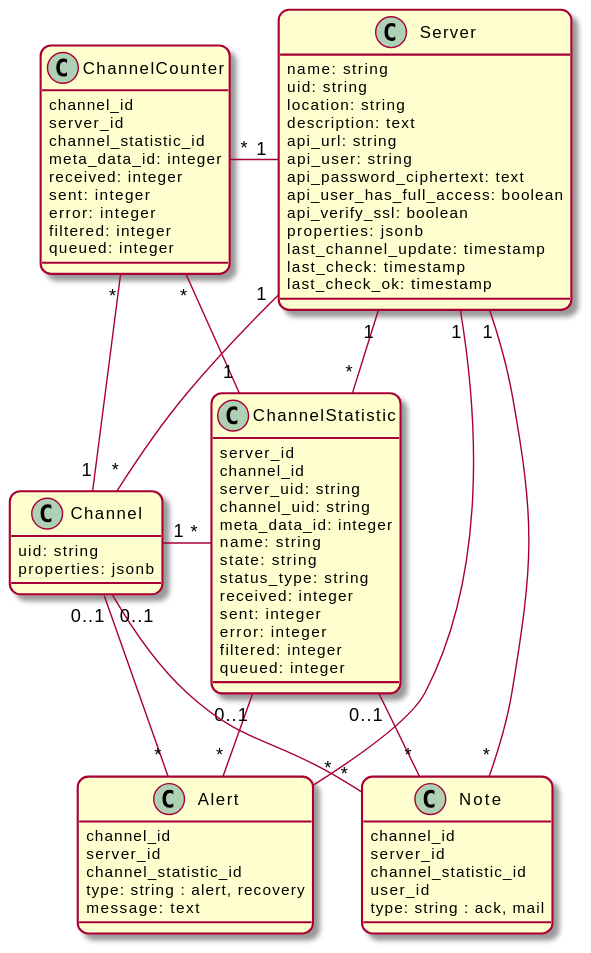
Earlier version of the PlantUML export doc/dev-notes/modules/ROOT/images/models.svg (swobspace/mirco).
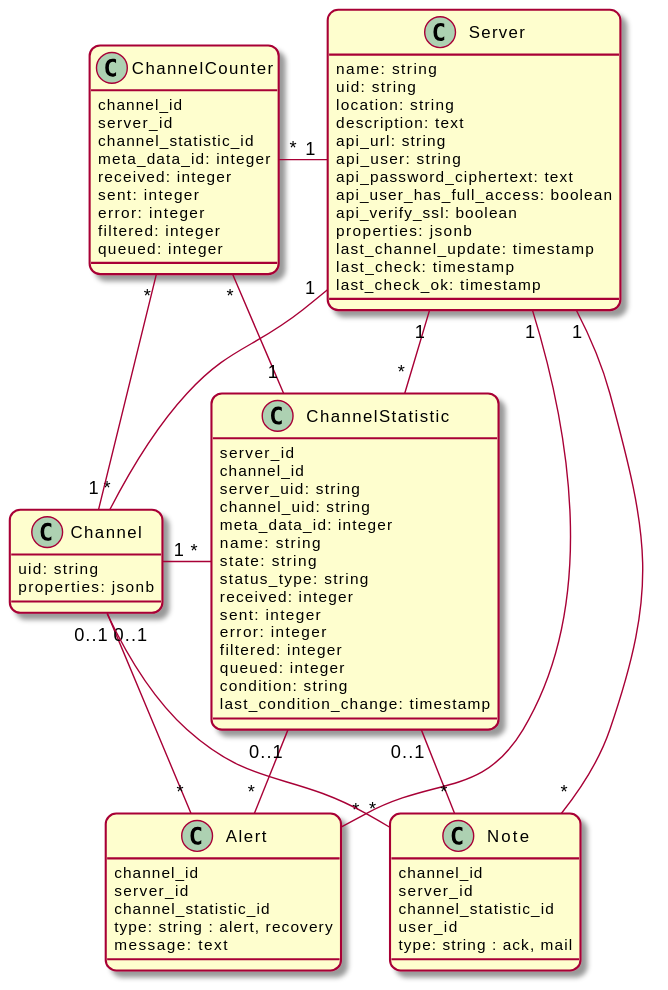
Later version of the same file.

Change to the diagram source:
```diff
@@ -38,6 +38,8 @@
   error: integer
   filtered: integer
   queued: integer
+  condition: string
+  last_condition_change: timestamp
 }
 
 class ChannelCounter {
```
